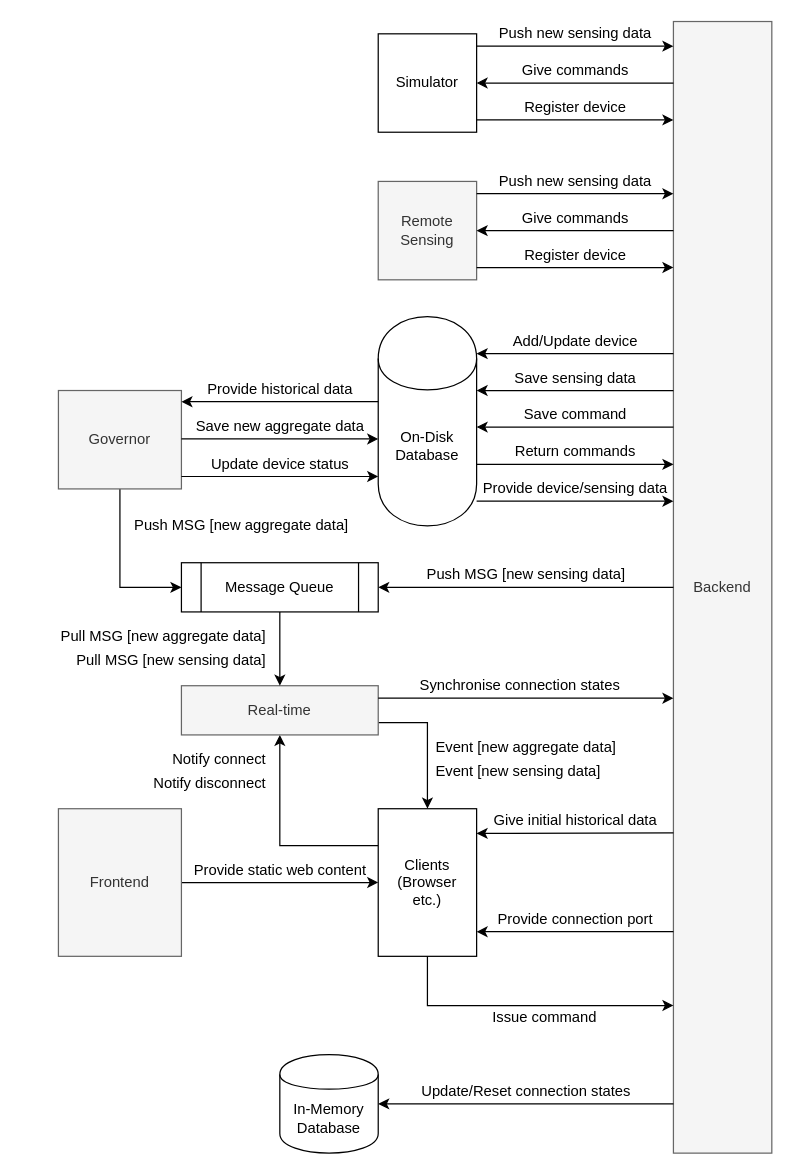
The draw.io diagram drawios/c4-toplevel.drawio in Zachaccino/Thesis-Paper, before the edit. Source tidied: cells renumbered, new cells numbered last; positions are measured from the earlier drawing's top-left corner, leaving out a move shared by most shapes. Both pictures are drawn from the tidied source at 123%, with x=0, y=0 at pixel (46, 21).
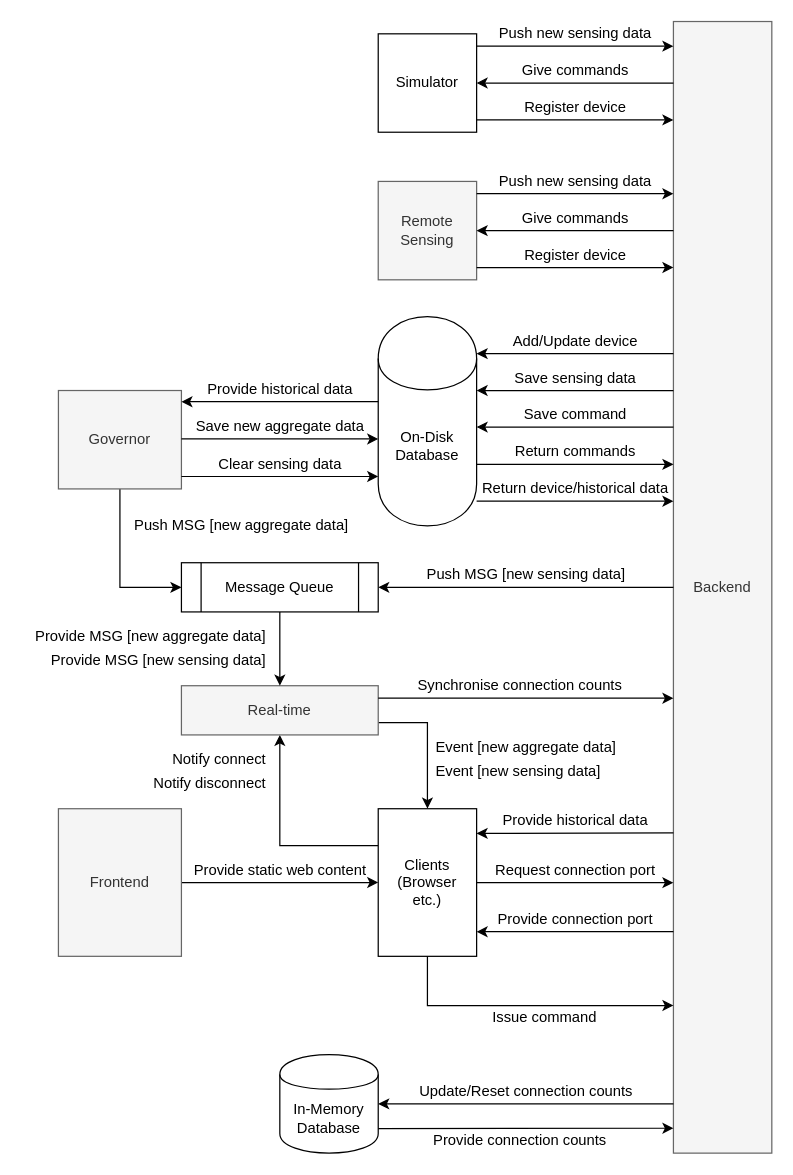
The same diagram, later.

Unchanged cells that the change refers to:
```xml
<mxCell id="2" value="Backend" style="rounded=0;whiteSpace=wrap;html=1;comic=0;glass=0;fillColor=#f5f5f5;strokeColor=#666666;fontColor=#333333;fontSize=12;" parent="1" vertex="1">
  <mxGeometry x="510" width="80" height="920" as="geometry" />
</mxCell>
<mxCell id="6" value="Clients&lt;br style=&quot;font-size: 12px;&quot;&gt;(Browser &lt;br style=&quot;font-size: 12px;&quot;&gt;etc.)" style="rounded=0;whiteSpace=wrap;html=1;fontSize=12;" parent="1" vertex="1">
  <mxGeometry x="270" y="640" width="80" height="120" as="geometry" />
</mxCell>
<mxCell id="10" value="In-Memory Database" style="shape=cylinder;whiteSpace=wrap;html=1;boundedLbl=1;backgroundOutline=1;fontSize=12;" parent="1" vertex="1">
  <mxGeometry x="190" y="840" width="80" height="80" as="geometry" />
</mxCell>
```

Diff of the diagram source:
```diff
@@
-    <mxCell id="29" value="Provide device/sensing data" style="text;html=1;align=center;verticalAlign=middle;fontSize=12;" parent="1" vertex="1">
-      <mxGeometry x="345" y="370" width="170" height="20" as="geometry" />
+    <mxCell id="29" value="Return device/historical data" style="text;html=1;align=center;verticalAlign=middle;fontSize=12;" parent="1" vertex="1">
+      <mxGeometry x="345" y="369.9" width="170" height="20" as="geometry" />
     </mxCell>
@@
-    <mxCell id="35" value="Update device status" style="text;html=1;align=center;verticalAlign=middle;fontSize=12;" parent="1" vertex="1">
-      <mxGeometry x="125" y="349.9" width="130" height="20" as="geometry" />
+    <mxCell id="35" value="Clear sensing data" style="text;html=1;align=center;verticalAlign=middle;fontSize=12;" parent="1" vertex="1">
+      <mxGeometry x="130" y="349.9" width="120" height="20" as="geometry" />
     </mxCell>
@@
-    <mxCell id="38" value="Pull MSG [new aggregate data]" style="text;html=1;align=right;verticalAlign=middle;fontSize=12;" parent="1" vertex="1">
-      <mxGeometry y="490" width="180" height="20" as="geometry" />
+    <mxCell id="38" value="Provide MSG [new aggregate data]" style="text;html=1;align=right;verticalAlign=middle;fontSize=12;" parent="1" vertex="1">
+      <mxGeometry x="-20" y="490" width="200" height="20" as="geometry" />
     </mxCell>
-    <mxCell id="39" value="Pull MSG [new sensing data]" style="text;html=1;align=right;verticalAlign=middle;fontSize=12;" parent="1" vertex="1">
-      <mxGeometry x="10" y="510" width="170" height="20" as="geometry" />
+    <mxCell id="39" value="Provide MSG [new sensing data]" style="text;html=1;align=right;verticalAlign=middle;fontSize=12;" parent="1" vertex="1">
+      <mxGeometry x="-10" y="510" width="190" height="20" as="geometry" />
     </mxCell>
@@
-    <mxCell id="47" value="Synchronise connection states" style="text;html=1;align=center;verticalAlign=middle;fontSize=12;" parent="1" vertex="1">
+    <mxCell id="47" value="Synchronise connection counts" style="text;html=1;align=center;verticalAlign=middle;fontSize=12;" parent="1" vertex="1">
       <mxGeometry x="295" y="530" width="180" height="20" as="geometry" />
     </mxCell>
@@
-    <mxCell id="49" value="Update/Reset connection states" style="text;html=1;align=center;verticalAlign=middle;fontSize=12;" parent="1" vertex="1">
+    <mxCell id="49" value="Update/Reset connection counts" style="text;html=1;align=center;verticalAlign=middle;fontSize=12;" parent="1" vertex="1">
       <mxGeometry x="295" y="860" width="190" height="20" as="geometry" />
     </mxCell>
@@
-    <mxCell id="52" value="Give initial historical data" style="text;html=1;align=center;verticalAlign=middle;fontSize=12;" parent="1" vertex="1">
-      <mxGeometry x="355" y="640" width="150" height="20" as="geometry" />
+    <mxCell id="52" value="Provide historical data" style="text;html=1;align=center;verticalAlign=middle;fontSize=12;" parent="1" vertex="1">
+      <mxGeometry x="365" y="640" width="130" height="20" as="geometry" />
     </mxCell>
@@
+    <mxCell id="65" style="endArrow=classic;html=1;strokeWidth=1;fontSize=14;exitX=1;exitY=0.5;exitDx=0;exitDy=0;entryX=0;entryY=0.761;entryDx=0;entryDy=0;entryPerimeter=0;" parent="1" edge="1" source="6" target="2">
+      <mxGeometry relative="1" as="geometry" />
+    </mxCell>
+    <mxCell id="66" value="Request connection port" style="text;html=1;align=center;verticalAlign=middle;fontSize=12;" parent="1" vertex="1">
+      <mxGeometry x="355" y="680" width="150" height="20" as="geometry" />
+    </mxCell>
+    <mxCell id="67" style="endArrow=classic;html=1;strokeWidth=1;fontSize=14;exitX=1;exitY=0.75;exitDx=0;exitDy=0;exitPerimeter=0;entryX=0;entryY=0.978;entryDx=0;entryDy=0;entryPerimeter=0;" parent="1" edge="1" source="10" target="2">
+      <mxGeometry relative="1" as="geometry" />
+    </mxCell>
+    <mxCell id="68" value="Provide connection counts" style="text;html=1;align=center;verticalAlign=middle;fontSize=12;" parent="1" vertex="1">
+      <mxGeometry x="305" y="900" width="160" height="20" as="geometry" />
+    </mxCell>
```
